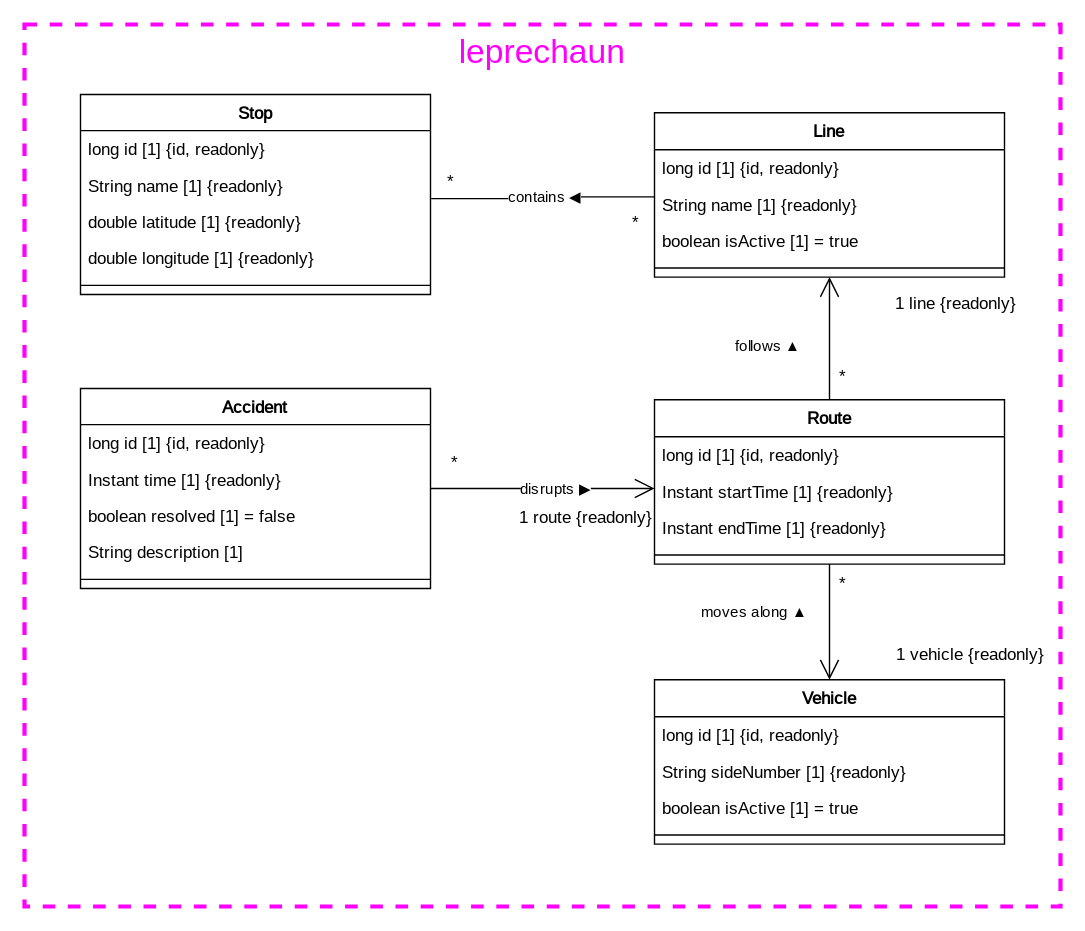
Earlier version of the draw.io export documentation/course/e2/images/class-diagram-leprechaun.drawio.svg (PWR-ACS-SE-24/SoftwareSystemDesign). Source tidied: cells renumbered, new cells last; positions are measured from the earlier drawing's top-left corner, leaving out a move shared by most shapes.
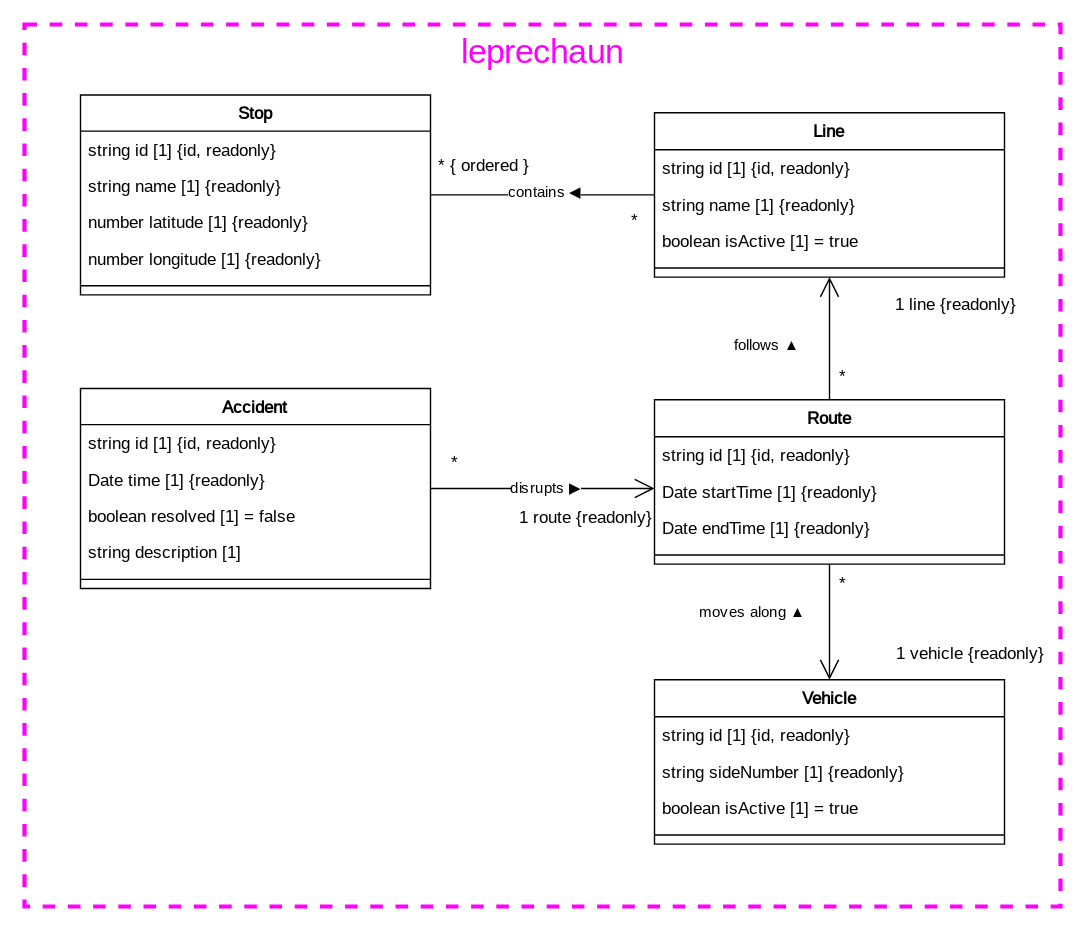
The same file after the commit.

Commit message:
E2 text for `leprechaun` (#24)

Change to the diagram source:
```diff
@@ -2,25 +2,25 @@
   <root>
     <mxCell id="0" />
     <mxCell id="1" parent="0" />
-    <mxCell id="2" style="rounded=0;whiteSpace=wrap;html=1;dashed=1;strokeWidth=3;fillColor=none;strokeColor=#FF00FF;" parent="1" vertex="1">
+    <mxCell id="2" style="rounded=0;whiteSpace=wrap;html=1;dashed=1;strokeWidth=3;fillColor=none;strokeColor=#FF00FF;fontFamily=JetBrains Mono;fontSource=https%3A%2F%2Ffonts.googleapis.com%2Fcss%3Ffamily%3DJetBrains%2BMono;" parent="1" vertex="1">
       <mxGeometry width="740" height="630" as="geometry" />
     </mxCell>
-    <mxCell id="3" value="&lt;font color=&quot;#ff00ff&quot;&gt;leprechaun&lt;/font&gt;" style="text;html=1;align=center;verticalAlign=middle;whiteSpace=wrap;rounded=0;fillColor=none;strokeColor=none;fontColor=#009900;fontSize=24;" parent="1" vertex="1">
+    <mxCell id="3" value="&lt;font color=&quot;#ff00ff&quot;&gt;leprechaun&lt;/font&gt;" style="text;html=1;align=center;verticalAlign=middle;whiteSpace=wrap;rounded=0;fillColor=none;strokeColor=none;fontColor=#009900;fontSize=24;fontFamily=JetBrains Mono;fontSource=https%3A%2F%2Ffonts.googleapis.com%2Fcss%3Ffamily%3DJetBrains%2BMono;" parent="1" vertex="1">
       <mxGeometry width="740" height="40" as="geometry" />
     </mxCell>
     <mxCell id="4" value="Accident" style="swimlane;fontStyle=1;align=center;verticalAlign=top;horizontal=1;startSize=25.818181818181817;fontFamily=JetBrains Mono;fontSource=https%3A%2F%2Ffonts.googleapis.com%2Fcss%3Ffamily%3DJetBrains%2BMono;" parent="1" vertex="1">
       <mxGeometry x="40" y="260" width="250" height="142.8" as="geometry" />
     </mxCell>
-    <mxCell id="5" value="long id [1] {id, readonly}" style="text;strokeColor=none;fillColor=none;align=left;verticalAlign=top;spacingLeft=4;spacingRight=4;overflow=hidden;fontFamily=JetBrains Mono;fontStyle=0;fontSource=https%3A%2F%2Ffonts.googleapis.com%2Fcss%3Ffamily%3DJetBrains%2BMono;" parent="4" vertex="1">
+    <mxCell id="5" value="string id [1] {id, readonly}" style="text;strokeColor=none;fillColor=none;align=left;verticalAlign=top;spacingLeft=4;spacingRight=4;overflow=hidden;fontFamily=JetBrains Mono;fontStyle=0;fontSource=https%3A%2F%2Ffonts.googleapis.com%2Fcss%3Ffamily%3DJetBrains%2BMono;" parent="4" vertex="1">
       <mxGeometry y="25.8" width="250" height="26" as="geometry" />
     </mxCell>
-    <mxCell id="6" value="Instant time [1] {readonly}" style="text;strokeColor=none;fillColor=none;align=left;verticalAlign=top;spacingLeft=4;spacingRight=4;overflow=hidden;fontFamily=JetBrains Mono;fontStyle=0;fontSource=https%3A%2F%2Ffonts.googleapis.com%2Fcss%3Ffamily%3DJetBrains%2BMono;" parent="4" vertex="1">
+    <mxCell id="6" value="Date time [1] {readonly}" style="text;strokeColor=none;fillColor=none;align=left;verticalAlign=top;spacingLeft=4;spacingRight=4;overflow=hidden;fontFamily=JetBrains Mono;fontStyle=0;fontSource=https%3A%2F%2Ffonts.googleapis.com%2Fcss%3Ffamily%3DJetBrains%2BMono;" parent="4" vertex="1">
       <mxGeometry y="51.8" width="250" height="26" as="geometry" />
     </mxCell>
     <mxCell id="7" value="boolean resolved [1] = false" style="text;strokeColor=none;fillColor=none;align=left;verticalAlign=top;spacingLeft=4;spacingRight=4;overflow=hidden;fontFamily=JetBrains Mono;fontStyle=0;fontSource=https%3A%2F%2Ffonts.googleapis.com%2Fcss%3Ffamily%3DJetBrains%2BMono;" parent="4" vertex="1">
       <mxGeometry y="77.8" width="250" height="26" as="geometry" />
     </mxCell>
-    <mxCell id="8" value="String description [1]" style="text;strokeColor=none;fillColor=none;align=left;verticalAlign=top;spacingLeft=4;spacingRight=4;overflow=hidden;fontFamily=JetBrains Mono;fontStyle=0;fontSource=https%3A%2F%2Ffonts.googleapis.com%2Fcss%3Ffamily%3DJetBrains%2BMono;" parent="4" vertex="1">
+    <mxCell id="8" value="string description [1]" style="text;strokeColor=none;fillColor=none;align=left;verticalAlign=top;spacingLeft=4;spacingRight=4;overflow=hidden;fontFamily=JetBrains Mono;fontStyle=0;fontSource=https%3A%2F%2Ffonts.googleapis.com%2Fcss%3Ffamily%3DJetBrains%2BMono;" parent="4" vertex="1">
       <mxGeometry y="103.8" width="250" height="26" as="geometry" />
     </mxCell>
     <mxCell id="9" style="line;strokeWidth=1;fillColor=none;align=left;verticalAlign=middle;spacingTop=-1;spacingLeft=3;spacingRight=3;labelPosition=right;strokeColor=inherit;fontFamily=JetBrains Mono;fontStyle=0;fontSource=https%3A%2F%2Ffonts.googleapis.com%2Fcss%3Ffamily%3DJetBrains%2BMono;" parent="4" vertex="1">
@@ -29,10 +29,10 @@
     <mxCell id="10" value="Line" style="swimlane;fontStyle=1;align=center;verticalAlign=top;horizontal=1;startSize=26.444444444444443;fontFamily=JetBrains Mono;fontSource=https%3A%2F%2Ffonts.googleapis.com%2Fcss%3Ffamily%3DJetBrains%2BMono;" parent="1" vertex="1">
       <mxGeometry x="450" y="63" width="250" height="117.4" as="geometry" />
     </mxCell>
-    <mxCell id="11" value="long id [1] {id, readonly}" style="text;strokeColor=none;fillColor=none;align=left;verticalAlign=top;spacingLeft=4;spacingRight=4;overflow=hidden;fontFamily=JetBrains Mono;fontStyle=0;fontSource=https%3A%2F%2Ffonts.googleapis.com%2Fcss%3Ffamily%3DJetBrains%2BMono;" parent="10" vertex="1">
+    <mxCell id="11" value="string id [1] {id, readonly}" style="text;strokeColor=none;fillColor=none;align=left;verticalAlign=top;spacingLeft=4;spacingRight=4;overflow=hidden;fontFamily=JetBrains Mono;fontStyle=0;fontSource=https%3A%2F%2Ffonts.googleapis.com%2Fcss%3Ffamily%3DJetBrains%2BMono;" parent="10" vertex="1">
       <mxGeometry y="26.4" width="250" height="26" as="geometry" />
     </mxCell>
-    <mxCell id="12" value="String name [1] {readonly}" style="text;strokeColor=none;fillColor=none;align=left;verticalAlign=top;spacingLeft=4;spacingRight=4;overflow=hidden;points=[[0,0.5],[1,0.5]];portConstraint=eastwest;fontFamily=JetBrains Mono;fontStyle=0;fontSource=https%3A%2F%2Ffonts.googleapis.com%2Fcss%3Ffamily%3DJetBrains%2BMono;" parent="10" vertex="1">
+    <mxCell id="12" value="string name [1] {readonly}" style="text;strokeColor=none;fillColor=none;align=left;verticalAlign=top;spacingLeft=4;spacingRight=4;overflow=hidden;points=[[0,0.5],[1,0.5]];portConstraint=eastwest;fontFamily=JetBrains Mono;fontStyle=0;fontSource=https%3A%2F%2Ffonts.googleapis.com%2Fcss%3Ffamily%3DJetBrains%2BMono;" parent="10" vertex="1">
       <mxGeometry y="52.4" width="250" height="26" as="geometry" />
     </mxCell>
     <mxCell id="13" value="boolean isActive [1] = true" style="text;strokeColor=none;fillColor=none;align=left;verticalAlign=top;spacingLeft=4;spacingRight=4;overflow=hidden;fontFamily=JetBrains Mono;fontStyle=0;fontSource=https%3A%2F%2Ffonts.googleapis.com%2Fcss%3Ffamily%3DJetBrains%2BMono;" parent="10" vertex="1">
@@ -44,31 +44,31 @@
     <mxCell id="15" value="Route" style="swimlane;fontStyle=1;align=center;verticalAlign=top;horizontal=1;startSize=26.444444444444443;fontFamily=JetBrains Mono;fontSource=https%3A%2F%2Ffonts.googleapis.com%2Fcss%3Ffamily%3DJetBrains%2BMono;" parent="1" vertex="1">
       <mxGeometry x="450" y="268" width="250" height="117.4" as="geometry" />
     </mxCell>
-    <mxCell id="16" value="long id [1] {id, readonly}" style="text;strokeColor=none;fillColor=none;align=left;verticalAlign=top;spacingLeft=4;spacingRight=4;overflow=hidden;fontFamily=JetBrains Mono;fontStyle=0;fontSource=https%3A%2F%2Ffonts.googleapis.com%2Fcss%3Ffamily%3DJetBrains%2BMono;" parent="15" vertex="1">
+    <mxCell id="16" value="string id [1] {id, readonly}" style="text;strokeColor=none;fillColor=none;align=left;verticalAlign=top;spacingLeft=4;spacingRight=4;overflow=hidden;fontFamily=JetBrains Mono;fontStyle=0;fontSource=https%3A%2F%2Ffonts.googleapis.com%2Fcss%3Ffamily%3DJetBrains%2BMono;" parent="15" vertex="1">
       <mxGeometry y="26.4" width="250" height="26" as="geometry" />
     </mxCell>
-    <mxCell id="17" value="Instant startTime [1] {readonly}" style="text;strokeColor=none;fillColor=none;align=left;verticalAlign=top;spacingLeft=4;spacingRight=4;overflow=hidden;fontFamily=JetBrains Mono;fontStyle=0;fontSource=https%3A%2F%2Ffonts.googleapis.com%2Fcss%3Ffamily%3DJetBrains%2BMono;" parent="15" vertex="1">
+    <mxCell id="17" value="Date startTime [1] {readonly}" style="text;strokeColor=none;fillColor=none;align=left;verticalAlign=top;spacingLeft=4;spacingRight=4;overflow=hidden;fontFamily=JetBrains Mono;fontStyle=0;fontSource=https%3A%2F%2Ffonts.googleapis.com%2Fcss%3Ffamily%3DJetBrains%2BMono;" parent="15" vertex="1">
       <mxGeometry y="52.4" width="250" height="26" as="geometry" />
     </mxCell>
-    <mxCell id="18" value="Instant endTime [1] {readonly}" style="text;strokeColor=none;fillColor=none;align=left;verticalAlign=top;spacingLeft=4;spacingRight=4;overflow=hidden;fontFamily=JetBrains Mono;fontStyle=0;fontSource=https%3A%2F%2Ffonts.googleapis.com%2Fcss%3Ffamily%3DJetBrains%2BMono;" parent="15" vertex="1">
+    <mxCell id="18" value="Date endTime [1] {readonly}" style="text;strokeColor=none;fillColor=none;align=left;verticalAlign=top;spacingLeft=4;spacingRight=4;overflow=hidden;fontFamily=JetBrains Mono;fontStyle=0;fontSource=https%3A%2F%2Ffonts.googleapis.com%2Fcss%3Ffamily%3DJetBrains%2BMono;" parent="15" vertex="1">
       <mxGeometry y="78.4" width="250" height="26" as="geometry" />
     </mxCell>
     <mxCell id="19" style="line;strokeWidth=1;fillColor=none;align=left;verticalAlign=middle;spacingTop=-1;spacingLeft=3;spacingRight=3;labelPosition=right;strokeColor=inherit;fontFamily=JetBrains Mono;fontStyle=0;fontSource=https%3A%2F%2Ffonts.googleapis.com%2Fcss%3Ffamily%3DJetBrains%2BMono;" parent="15" vertex="1">
       <mxGeometry y="104.4" width="250" height="13" as="geometry" />
     </mxCell>
     <mxCell id="20" value="Stop" style="swimlane;fontStyle=1;align=center;verticalAlign=top;horizontal=1;startSize=25.818181818181817;fontFamily=JetBrains Mono;fontSource=https%3A%2F%2Ffonts.googleapis.com%2Fcss%3Ffamily%3DJetBrains%2BMono;" parent="1" vertex="1">
-      <mxGeometry x="40" y="50" width="250" height="142.8" as="geometry" />
+      <mxGeometry x="40" y="50.3" width="250" height="142.8" as="geometry" />
     </mxCell>
-    <mxCell id="21" value="long id [1] {id, readonly}" style="text;strokeColor=none;fillColor=none;align=left;verticalAlign=top;spacingLeft=4;spacingRight=4;overflow=hidden;fontFamily=JetBrains Mono;fontStyle=0;fontSource=https%3A%2F%2Ffonts.googleapis.com%2Fcss%3Ffamily%3DJetBrains%2BMono;" parent="20" vertex="1">
+    <mxCell id="21" value="string id [1] {id, readonly}" style="text;strokeColor=none;fillColor=none;align=left;verticalAlign=top;spacingLeft=4;spacingRight=4;overflow=hidden;fontFamily=JetBrains Mono;fontStyle=0;fontSource=https%3A%2F%2Ffonts.googleapis.com%2Fcss%3Ffamily%3DJetBrains%2BMono;" parent="20" vertex="1">
       <mxGeometry y="25.8" width="250" height="26" as="geometry" />
     </mxCell>
-    <mxCell id="22" value="String name [1] {readonly}" style="text;strokeColor=none;fillColor=none;align=left;verticalAlign=top;spacingLeft=4;spacingRight=4;overflow=hidden;points=[[0,0.5],[1,0.5]];portConstraint=eastwest;fontFamily=JetBrains Mono;fontStyle=0;fontSource=https%3A%2F%2Ffonts.googleapis.com%2Fcss%3Ffamily%3DJetBrains%2BMono;" parent="20" vertex="1">
+    <mxCell id="22" value="string name [1] {readonly}" style="text;strokeColor=none;fillColor=none;align=left;verticalAlign=top;spacingLeft=4;spacingRight=4;overflow=hidden;points=[[0,0.5],[1,0.5]];portConstraint=eastwest;fontFamily=JetBrains Mono;fontStyle=0;fontSource=https%3A%2F%2Ffonts.googleapis.com%2Fcss%3Ffamily%3DJetBrains%2BMono;" parent="20" vertex="1">
       <mxGeometry y="51.8" width="250" height="26" as="geometry" />
     </mxCell>
-    <mxCell id="23" value="double latitude [1] {readonly}" style="text;strokeColor=none;fillColor=none;align=left;verticalAlign=top;spacingLeft=4;spacingRight=4;overflow=hidden;fontFamily=JetBrains Mono;fontStyle=0;fontSource=https%3A%2F%2Ffonts.googleapis.com%2Fcss%3Ffamily%3DJetBrains%2BMono;" parent="20" vertex="1">
+    <mxCell id="23" value="number latitude [1] {readonly}" style="text;strokeColor=none;fillColor=none;align=left;verticalAlign=top;spacingLeft=4;spacingRight=4;overflow=hidden;fontFamily=JetBrains Mono;fontStyle=0;fontSource=https%3A%2F%2Ffonts.googleapis.com%2Fcss%3Ffamily%3DJetBrains%2BMono;" parent="20" vertex="1">
       <mxGeometry y="77.8" width="250" height="26" as="geometry" />
     </mxCell>
-    <mxCell id="24" value="double longitude [1] {readonly}" style="text;strokeColor=none;fillColor=none;align=left;verticalAlign=top;spacingLeft=4;spacingRight=4;overflow=hidden;fontFamily=JetBrains Mono;fontStyle=0;fontSource=https%3A%2F%2Ffonts.googleapis.com%2Fcss%3Ffamily%3DJetBrains%2BMono;" parent="20" vertex="1">
+    <mxCell id="24" value="number longitude [1] {readonly}" style="text;strokeColor=none;fillColor=none;align=left;verticalAlign=top;spacingLeft=4;spacingRight=4;overflow=hidden;fontFamily=JetBrains Mono;fontStyle=0;fontSource=https%3A%2F%2Ffonts.googleapis.com%2Fcss%3Ffamily%3DJetBrains%2BMono;" parent="20" vertex="1">
       <mxGeometry y="103.8" width="250" height="26" as="geometry" />
     </mxCell>
     <mxCell id="25" style="line;strokeWidth=1;fillColor=none;align=left;verticalAlign=middle;spacingTop=-1;spacingLeft=3;spacingRight=3;labelPosition=right;strokeColor=inherit;fontFamily=JetBrains Mono;fontStyle=0;fontSource=https%3A%2F%2Ffonts.googleapis.com%2Fcss%3Ffamily%3DJetBrains%2BMono;" parent="20" vertex="1">
@@ -77,10 +77,10 @@
     <mxCell id="26" value="Vehicle" style="swimlane;fontStyle=1;align=center;verticalAlign=top;horizontal=1;startSize=26.444444444444443;fontFamily=JetBrains Mono;fontSource=https%3A%2F%2Ffonts.googleapis.com%2Fcss%3Ffamily%3DJetBrains%2BMono;" parent="1" vertex="1">
       <mxGeometry x="450" y="468" width="250" height="117.4" as="geometry" />
     </mxCell>
-    <mxCell id="27" value="long id [1] {id, readonly}" style="text;strokeColor=none;fillColor=none;align=left;verticalAlign=top;spacingLeft=4;spacingRight=4;overflow=hidden;fontFamily=JetBrains Mono;fontStyle=0;fontSource=https%3A%2F%2Ffonts.googleapis.com%2Fcss%3Ffamily%3DJetBrains%2BMono;" parent="26" vertex="1">
+    <mxCell id="27" value="string id [1] {id, readonly}" style="text;strokeColor=none;fillColor=none;align=left;verticalAlign=top;spacingLeft=4;spacingRight=4;overflow=hidden;fontFamily=JetBrains Mono;fontStyle=0;fontSource=https%3A%2F%2Ffonts.googleapis.com%2Fcss%3Ffamily%3DJetBrains%2BMono;" parent="26" vertex="1">
       <mxGeometry y="26.4" width="250" height="26" as="geometry" />
     </mxCell>
-    <mxCell id="28" value="String sideNumber [1] {readonly}" style="text;strokeColor=none;fillColor=none;align=left;verticalAlign=top;spacingLeft=4;spacingRight=4;overflow=hidden;fontFamily=JetBrains Mono;fontStyle=0;fontSource=https%3A%2F%2Ffonts.googleapis.com%2Fcss%3Ffamily%3DJetBrains%2BMono;" parent="26" vertex="1">
+    <mxCell id="28" value="string sideNumber [1] {readonly}" style="text;strokeColor=none;fillColor=none;align=left;verticalAlign=top;spacingLeft=4;spacingRight=4;overflow=hidden;fontFamily=JetBrains Mono;fontStyle=0;fontSource=https%3A%2F%2Ffonts.googleapis.com%2Fcss%3Ffamily%3DJetBrains%2BMono;" parent="26" vertex="1">
       <mxGeometry y="52.4" width="250" height="26" as="geometry" />
     </mxCell>
     <mxCell id="29" value="boolean isActive [1] = true" style="text;strokeColor=none;fillColor=none;align=left;verticalAlign=top;spacingLeft=4;spacingRight=4;overflow=hidden;fontFamily=JetBrains Mono;fontStyle=0;fontSource=https%3A%2F%2Ffonts.googleapis.com%2Fcss%3Ffamily%3DJetBrains%2BMono;" parent="26" vertex="1">
@@ -109,7 +109,7 @@
     </mxCell>
     <mxCell id="34" value="disrupts ▶" style="edgeLabel;html=1;align=center;verticalAlign=middle;fontFamily=JetBrains Mono;fontStyle=0;fontSource=https%3A%2F%2Ffonts.googleapis.com%2Fcss%3Ffamily%3DJetBrains%2BMono;" parent="31" vertex="1">
       <mxGeometry x="-0.11" relative="1" as="geometry">
-        <mxPoint x="17" as="offset" />
+        <mxPoint x="10" y="-1" as="offset" />
       </mxGeometry>
     </mxCell>
     <mxCell id="35" style="startArrow=none;endArrow=open;endSize=12;rounded=0;edgeStyle=orthogonalEdgeStyle;fontFamily=JetBrains Mono;fontStyle=0;fontSource=https%3A%2F%2Ffonts.googleapis.com%2Fcss%3Ffamily%3DJetBrains%2BMono;exitX=0.5;exitY=0;exitDx=0;exitDy=0;entryX=0.5;entryY=1;entryDx=0;entryDy=0;" parent="1" edge="1" source="15" target="10">
@@ -148,12 +148,12 @@
         <mxPoint x="-55" as="offset" />
       </mxGeometry>
     </mxCell>
-    <mxCell id="43" style="startArrow=none;endArrow=none;exitX=1.002;exitY=0.869;rounded=0;entryX=0.001;entryY=0.295;entryDx=0;entryDy=0;entryPerimeter=0;strokeColor=default;endFill=0;edgeStyle=orthogonalEdgeStyle;exitDx=0;exitDy=0;exitPerimeter=0;fontFamily=JetBrains Mono;fontStyle=0;fontSource=https%3A%2F%2Ffonts.googleapis.com%2Fcss%3Ffamily%3DJetBrains%2BMono;" parent="1" edge="1" source="22" target="12">
+    <mxCell id="43" style="startArrow=none;endArrow=none;rounded=0;strokeColor=default;endFill=0;edgeStyle=orthogonalEdgeStyle;fontFamily=JetBrains Mono;fontStyle=0;fontSource=https%3A%2F%2Ffonts.googleapis.com%2Fcss%3Ffamily%3DJetBrains%2BMono;" parent="1" edge="1" source="20" target="10">
       <mxGeometry relative="1" as="geometry" />
     </mxCell>
-    <mxCell id="44" value="*" style="edgeLabel;labelBackgroundColor=none;fontSize=12;align=left;verticalAlign=bottom;fontFamily=JetBrains Mono;fontStyle=0;fontSource=https%3A%2F%2Ffonts.googleapis.com%2Fcss%3Ffamily%3DJetBrains%2BMono;" parent="43" vertex="1">
+    <mxCell id="44" value="* { ordered }" style="edgeLabel;labelBackgroundColor=none;fontSize=12;align=left;verticalAlign=bottom;fontFamily=JetBrains Mono;fontStyle=0;fontSource=https%3A%2F%2Ffonts.googleapis.com%2Fcss%3Ffamily%3DJetBrains%2BMono;" parent="43" vertex="1">
       <mxGeometry x="-1" relative="1" as="geometry">
-        <mxPoint x="10" y="-4" as="offset" />
+        <mxPoint x="4" y="-12" as="offset" />
       </mxGeometry>
     </mxCell>
     <mxCell id="45" value="*" style="edgeLabel;labelBackgroundColor=none;fontSize=12;align=right;verticalAlign=top;fontFamily=JetBrains Mono;fontStyle=0;fontSource=https%3A%2F%2Ffonts.googleapis.com%2Fcss%3Ffamily%3DJetBrains%2BMono;" parent="43" vertex="1">
@@ -163,7 +163,7 @@
     </mxCell>
     <mxCell id="46" value="contains ◀" style="edgeLabel;html=1;align=center;verticalAlign=middle;fontFamily=JetBrains Mono;fontStyle=0;fontSource=https%3A%2F%2Ffonts.googleapis.com%2Fcss%3Ffamily%3DJetBrains%2BMono;" parent="43" vertex="1">
       <mxGeometry x="0.08" y="-1" relative="1" as="geometry">
-        <mxPoint x="-6" y="-2" as="offset" />
+        <mxPoint x="-6" y="-3" as="offset" />
       </mxGeometry>
     </mxCell>
   </root>
```
